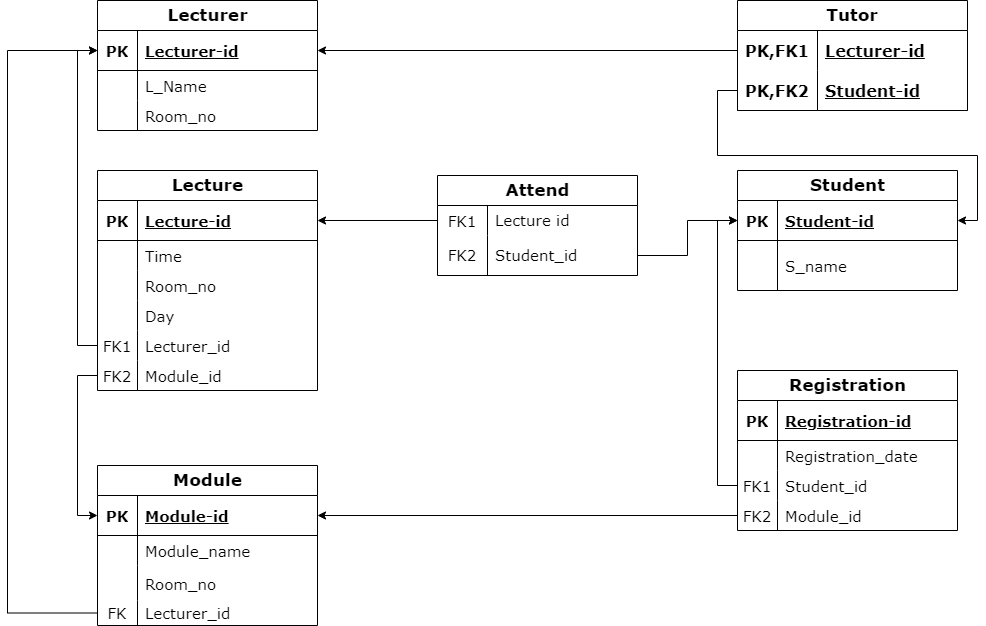
This is ER_and_schemas/Schema Diagram.drawio.png from anysa-kharel/University-Management-System, a draw.io export, as it was before one commit. Source tidied: cells renumbered, new cells last; positions are measured from the earlier drawing's top-left corner, leaving out a move shared by most shapes.
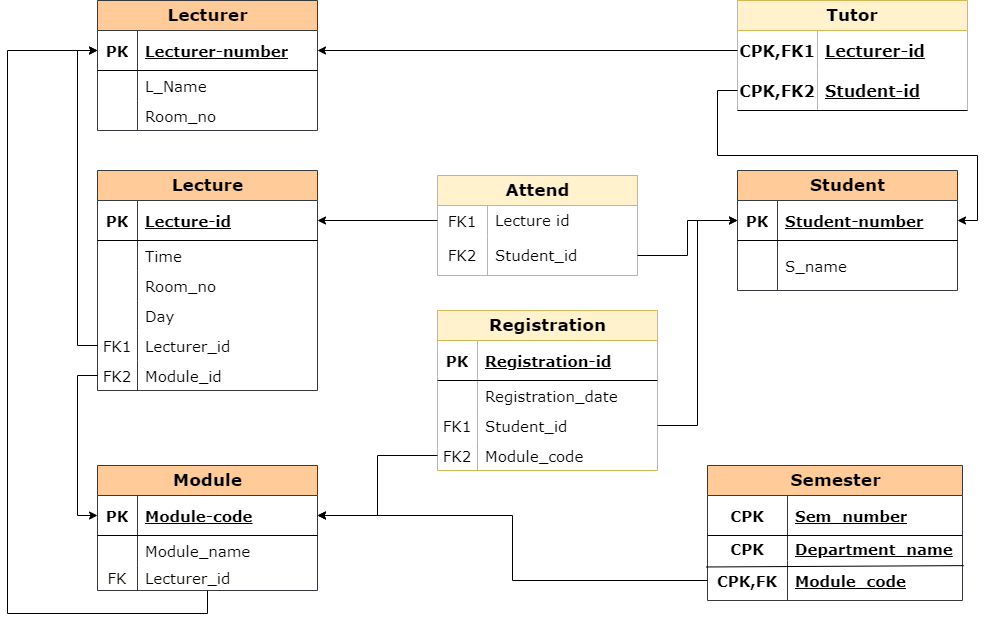
Above is the later version.

What changed in the source:
```diff
@@ -2,7 +2,7 @@
   <root>
     <mxCell id="0" />
     <mxCell id="1" parent="0" />
-    <mxCell id="2" value="&lt;span style=&quot;font-size: 17px;&quot;&gt;Lecturer&lt;/span&gt;" style="shape=table;startSize=30;rowLines=0;fontStyle=1;align=center;html=1;fontSize=15;fontFamily=Verdana;rounded=0;" parent="1" vertex="1">
+    <mxCell id="2" value="&lt;span style=&quot;font-size: 17px;&quot;&gt;Lecturer&lt;/span&gt;" style="shape=table;startSize=30;rowLines=0;fontStyle=1;align=center;html=1;fontSize=15;fontFamily=Verdana;rounded=0;fillColor=#ffcc99;strokeColor=#36393d;" parent="1" vertex="1">
       <mxGeometry x="90" width="220" height="130" as="geometry" />
     </mxCell>
     <mxCell id="3" style="shape=tableRow;horizontal=0;startSize=0;swimlaneHead=0;swimlaneBody=0;fillColor=none;points=[[0,0.5],[1,0.5]];portConstraint=eastwest;top=0;left=0;right=0;bottom=1;fontSize=15;fontFamily=Verdana;rounded=0;" parent="2" vertex="1">
@@ -11,7 +11,7 @@
     <mxCell id="4" value="PK" style="shape=partialRectangle;fillColor=none;top=0;left=0;bottom=0;right=0;fontStyle=1;overflow=hidden;whiteSpace=wrap;html=1;fontSize=15;fontFamily=Verdana;rounded=0;" parent="3" vertex="1">
       <mxGeometry width="40" height="40" as="geometry" />
     </mxCell>
-    <mxCell id="5" value="Lecturer-id" style="shape=partialRectangle;fillColor=none;top=0;left=0;bottom=0;right=0;align=left;spacingLeft=6;fontStyle=5;overflow=hidden;whiteSpace=wrap;html=1;fontSize=15;fontFamily=Verdana;rounded=0;" parent="3" vertex="1">
+    <mxCell id="5" value="Lecturer-number" style="shape=partialRectangle;fillColor=none;top=0;left=0;bottom=0;right=0;align=left;spacingLeft=6;fontStyle=5;overflow=hidden;whiteSpace=wrap;html=1;fontSize=15;fontFamily=Verdana;rounded=0;" parent="3" vertex="1">
       <mxGeometry x="40" width="180" height="40" as="geometry" />
     </mxCell>
     <mxCell id="6" style="shape=tableRow;horizontal=0;startSize=0;swimlaneHead=0;swimlaneBody=0;fillColor=none;top=0;left=0;right=0;bottom=0;fontSize=15;fontFamily=Verdana;rounded=0;" parent="2" vertex="1">
@@ -32,8 +32,8 @@
     <mxCell id="11" value="Room_no" style="shape=partialRectangle;fillColor=none;top=0;left=0;bottom=0;right=0;align=left;spacingLeft=6;overflow=hidden;whiteSpace=wrap;html=1;fontSize=15;fontFamily=Verdana;rounded=0;" parent="9" vertex="1">
       <mxGeometry x="40" width="180" height="30" as="geometry" />
     </mxCell>
-    <mxCell id="12" value="&lt;span style=&quot;font-size: 17px;&quot;&gt;Registration&lt;/span&gt;" style="shape=table;startSize=30;rowLines=0;fontStyle=1;align=center;html=1;fontSize=15;fontFamily=Verdana;rounded=0;" parent="1" vertex="1">
-      <mxGeometry x="730" y="370" width="220" height="160" as="geometry" />
+    <mxCell id="12" value="&lt;span style=&quot;font-size: 17px;&quot;&gt;Registration&lt;/span&gt;" style="shape=table;startSize=30;rowLines=0;fontStyle=1;align=center;html=1;fontSize=15;fontFamily=Verdana;rounded=0;fillColor=#fff2cc;strokeColor=#d6b656;" parent="1" vertex="1">
+      <mxGeometry x="430" y="310" width="220" height="160" as="geometry" />
     </mxCell>
     <mxCell id="13" style="shape=tableRow;horizontal=0;startSize=0;swimlaneHead=0;swimlaneBody=0;fillColor=none;top=0;left=0;right=0;bottom=1;fontSize=15;fontFamily=Verdana;rounded=0;" parent="12" vertex="1">
       <mxGeometry y="30" width="220" height="40" as="geometry" />
@@ -68,10 +68,10 @@
     <mxCell id="23" value="FK2" style="shape=partialRectangle;fillColor=none;top=0;left=0;bottom=0;right=0;fontStyle=0;overflow=hidden;whiteSpace=wrap;html=1;fontSize=15;fontFamily=Verdana;" parent="22" vertex="1">
       <mxGeometry width="40" height="30" as="geometry" />
     </mxCell>
-    <mxCell id="24" value="Module_id" style="shape=partialRectangle;fillColor=none;top=0;left=0;bottom=0;right=0;align=left;spacingLeft=6;fontStyle=0;overflow=hidden;whiteSpace=wrap;html=1;fontSize=15;fontFamily=Verdana;" parent="22" vertex="1">
+    <mxCell id="24" value="Module_code" style="shape=partialRectangle;fillColor=none;top=0;left=0;bottom=0;right=0;align=left;spacingLeft=6;fontStyle=0;overflow=hidden;whiteSpace=wrap;html=1;fontSize=15;fontFamily=Verdana;" parent="22" vertex="1">
       <mxGeometry x="40" width="180" height="30" as="geometry" />
     </mxCell>
-    <mxCell id="25" value="&lt;span style=&quot;font-size: 17px;&quot;&gt;Lecture&lt;br&gt;&lt;/span&gt;" style="shape=table;startSize=30;rowLines=0;fontStyle=1;align=center;html=1;fontSize=15;fontFamily=Verdana;rounded=0;" parent="1" vertex="1">
+    <mxCell id="25" value="&lt;span style=&quot;font-size: 17px;&quot;&gt;Lecture&lt;br&gt;&lt;/span&gt;" style="shape=table;startSize=30;rowLines=0;fontStyle=1;align=center;html=1;fontSize=15;fontFamily=Verdana;rounded=0;fillColor=#ffcc99;strokeColor=#36393d;" parent="1" vertex="1">
       <mxGeometry x="90" y="170" width="220" height="220" as="geometry" />
     </mxCell>
     <mxCell id="26" style="shape=tableRow;horizontal=0;startSize=0;swimlaneHead=0;swimlaneBody=0;fillColor=none;points=[[0,0.5],[1,0.5]];portConstraint=eastwest;top=0;left=0;right=0;bottom=1;fontSize=15;fontFamily=Verdana;rounded=0;" parent="25" vertex="1">
@@ -128,7 +128,7 @@
     <mxCell id="43" value="Module_id" style="shape=partialRectangle;fillColor=none;top=0;left=0;bottom=0;right=0;align=left;spacingLeft=6;fontStyle=0;overflow=hidden;whiteSpace=wrap;html=1;fontSize=15;fontFamily=Verdana;" parent="41" vertex="1">
       <mxGeometry x="40" width="180" height="30" as="geometry" />
     </mxCell>
-    <mxCell id="44" value="&lt;font style=&quot;font-size: 17px;&quot;&gt;Student&lt;/font&gt;" style="shape=table;startSize=30;rowLines=0;fontStyle=1;align=center;html=1;fontSize=15;fontFamily=Verdana;rounded=0;" parent="1" vertex="1">
+    <mxCell id="44" value="&lt;font style=&quot;font-size: 17px;&quot;&gt;Student&lt;/font&gt;" style="shape=table;startSize=30;rowLines=0;fontStyle=1;align=center;html=1;fontSize=15;fontFamily=Verdana;rounded=0;fillColor=#ffcc99;strokeColor=#36393d;" parent="1" vertex="1">
       <mxGeometry x="730" y="170" width="220" height="120" as="geometry" />
     </mxCell>
     <mxCell id="45" style="shape=tableRow;horizontal=0;startSize=0;swimlaneHead=0;swimlaneBody=0;fillColor=none;points=[[0,0.5],[1,0.5]];portConstraint=eastwest;top=0;left=0;right=0;bottom=1;fontSize=15;fontFamily=Verdana;rounded=0;" parent="44" vertex="1">
@@ -137,7 +137,7 @@
     <mxCell id="46" value="PK" style="shape=partialRectangle;fillColor=none;top=0;left=0;bottom=0;right=0;fontStyle=1;overflow=hidden;whiteSpace=wrap;html=1;fontSize=15;fontFamily=Verdana;rounded=0;" parent="45" vertex="1">
       <mxGeometry width="40" height="40" as="geometry" />
     </mxCell>
-    <mxCell id="47" value="Student-id" style="shape=partialRectangle;fillColor=none;top=0;left=0;bottom=0;right=0;align=left;spacingLeft=6;fontStyle=5;overflow=hidden;whiteSpace=wrap;html=1;fontSize=15;fontFamily=Verdana;rounded=0;" parent="45" vertex="1">
+    <mxCell id="47" value="Student-number" style="shape=partialRectangle;fillColor=none;top=0;left=0;bottom=0;right=0;align=left;spacingLeft=6;fontStyle=5;overflow=hidden;whiteSpace=wrap;html=1;fontSize=15;fontFamily=Verdana;rounded=0;" parent="45" vertex="1">
       <mxGeometry x="40" width="180" height="40" as="geometry" />
     </mxCell>
     <mxCell id="48" style="shape=tableRow;horizontal=0;startSize=0;swimlaneHead=0;swimlaneBody=0;fillColor=none;top=0;left=0;right=0;bottom=0;fontSize=15;fontFamily=Verdana;rounded=0;" parent="44" vertex="1">
@@ -149,13 +149,13 @@
     <mxCell id="50" value="S_name" style="shape=partialRectangle;fillColor=none;top=0;left=0;bottom=0;right=0;align=left;spacingLeft=6;overflow=hidden;whiteSpace=wrap;html=1;fontSize=15;fontFamily=Verdana;rounded=0;" parent="48" vertex="1">
       <mxGeometry x="40" width="180" height="50" as="geometry" />
     </mxCell>
-    <mxCell id="51" value="&lt;font style=&quot;font-size: 17px;&quot;&gt;Tutor&lt;/font&gt;" style="shape=table;startSize=30;rowLines=0;fontStyle=1;align=center;html=1;whiteSpace=wrap;fontFamily=Verdana;fontSize=15;" parent="1" vertex="1">
+    <mxCell id="51" value="&lt;font style=&quot;font-size: 17px;&quot;&gt;Tutor&lt;/font&gt;" style="shape=table;startSize=30;rowLines=0;fontStyle=1;align=center;html=1;whiteSpace=wrap;fontFamily=Verdana;fontSize=15;fillColor=#fff2cc;strokeColor=#d6b656;" parent="1" vertex="1">
       <mxGeometry x="730" width="230" height="110" as="geometry" />
     </mxCell>
     <mxCell id="52" style="shape=tableRow;horizontal=0;startSize=0;swimlaneHead=0;swimlaneBody=0;fillColor=none;points=[[0,0.5],[1,0.5]];portConstraint=eastwest;top=0;left=0;right=0;bottom=0;html=1;fontFamily=Verdana;fontSize=16;" parent="51" vertex="1">
       <mxGeometry y="30" width="230" height="40" as="geometry" />
     </mxCell>
-    <mxCell id="53" value="PK,FK1" style="shape=partialRectangle;fillColor=none;top=0;left=0;bottom=0;right=0;fontStyle=1;overflow=hidden;html=1;whiteSpace=wrap;fontFamily=Verdana;fontSize=16;" parent="52" vertex="1">
+    <mxCell id="53" value="CPK,FK1" style="shape=partialRectangle;fillColor=none;top=0;left=0;bottom=0;right=0;fontStyle=1;overflow=hidden;html=1;whiteSpace=wrap;fontFamily=Verdana;fontSize=16;" parent="52" vertex="1">
       <mxGeometry width="80" height="40" as="geometry" />
     </mxCell>
     <mxCell id="54" value="Lecturer-id" style="shape=partialRectangle;fillColor=none;top=0;left=0;bottom=0;right=0;align=left;spacingLeft=6;fontStyle=5;overflow=hidden;html=1;whiteSpace=wrap;fontFamily=Verdana;fontSize=16;" parent="52" vertex="1">
@@ -164,14 +164,14 @@
     <mxCell id="55" style="shape=tableRow;horizontal=1;startSize=0;swimlaneHead=0;swimlaneBody=0;fillColor=none;points=[[0,0.5],[1,0.5]];portConstraint=eastwest;top=0;left=0;right=0;bottom=1;html=1;fontFamily=Verdana;fontSize=16;" parent="51" vertex="1">
       <mxGeometry y="70" width="230" height="40" as="geometry" />
     </mxCell>
-    <mxCell id="56" value="PK,FK2" style="shape=partialRectangle;fillColor=none;top=0;left=0;bottom=0;right=0;fontStyle=1;overflow=hidden;html=1;whiteSpace=wrap;fontFamily=Verdana;fontSize=16;" parent="55" vertex="1">
+    <mxCell id="56" value="CPK,FK2" style="shape=partialRectangle;fillColor=none;top=0;left=0;bottom=0;right=0;fontStyle=1;overflow=hidden;html=1;whiteSpace=wrap;fontFamily=Verdana;fontSize=16;" parent="55" vertex="1">
       <mxGeometry width="80" height="40" as="geometry" />
     </mxCell>
     <mxCell id="57" value="Student-id" style="shape=partialRectangle;fillColor=none;top=0;left=0;bottom=0;right=0;align=left;spacingLeft=6;fontStyle=5;overflow=hidden;html=1;whiteSpace=wrap;fontFamily=Verdana;fontSize=16;horizontal=1;" parent="55" vertex="1">
       <mxGeometry x="80" width="150" height="40" as="geometry" />
     </mxCell>
-    <mxCell id="58" value="&lt;span style=&quot;font-size: 17px;&quot;&gt;Module&lt;/span&gt;" style="shape=table;startSize=30;rowLines=0;fontStyle=1;align=center;html=1;fontSize=15;fontFamily=Verdana;rounded=0;" parent="1" vertex="1">
-      <mxGeometry x="90" y="465" width="220" height="160" as="geometry" />
+    <mxCell id="58" value="&lt;span style=&quot;font-size: 17px;&quot;&gt;Module&lt;/span&gt;" style="shape=table;startSize=30;rowLines=0;fontStyle=1;align=center;html=1;fontSize=15;fontFamily=Verdana;rounded=0;fillColor=#ffcc99;strokeColor=#36393d;" parent="1" vertex="1">
+      <mxGeometry x="90" y="465" width="220" height="125" as="geometry" />
     </mxCell>
     <mxCell id="59" style="shape=tableRow;horizontal=0;startSize=0;swimlaneHead=0;swimlaneBody=0;fillColor=none;points=[[0,0.5],[1,0.5]];portConstraint=eastwest;top=0;left=0;right=0;bottom=1;fontSize=15;fontFamily=Verdana;rounded=0;" parent="58" vertex="1">
       <mxGeometry y="30" width="220" height="40" as="geometry" />
@@ -179,7 +179,7 @@
     <mxCell id="60" value="PK" style="shape=partialRectangle;fillColor=none;top=0;left=0;bottom=0;right=0;fontStyle=1;overflow=hidden;whiteSpace=wrap;html=1;fontSize=15;fontFamily=Verdana;rounded=0;" parent="59" vertex="1">
       <mxGeometry width="40" height="40" as="geometry" />
     </mxCell>
-    <mxCell id="61" value="Module-id" style="shape=partialRectangle;fillColor=none;top=0;left=0;bottom=0;right=0;align=left;spacingLeft=6;fontStyle=5;overflow=hidden;whiteSpace=wrap;html=1;fontSize=15;fontFamily=Verdana;rounded=0;" parent="59" vertex="1">
+    <mxCell id="61" value="Module-code" style="shape=partialRectangle;fillColor=none;top=0;left=0;bottom=0;right=0;align=left;spacingLeft=6;fontStyle=5;overflow=hidden;whiteSpace=wrap;html=1;fontSize=15;fontFamily=Verdana;rounded=0;" parent="59" vertex="1">
       <mxGeometry x="40" width="180" height="40" as="geometry" />
     </mxCell>
     <mxCell id="62" style="shape=tableRow;horizontal=0;startSize=0;swimlaneHead=0;swimlaneBody=0;fillColor=none;top=0;left=0;right=0;bottom=0;fontSize=15;fontFamily=Verdana;rounded=0;" parent="58" vertex="1">
@@ -191,17 +191,8 @@
     <mxCell id="64" value="Module_name" style="shape=partialRectangle;fillColor=none;top=0;left=0;bottom=0;right=0;align=left;spacingLeft=6;overflow=hidden;whiteSpace=wrap;html=1;fontSize=15;fontFamily=Verdana;rounded=0;" parent="62" vertex="1">
       <mxGeometry x="40" width="180" height="30" as="geometry" />
     </mxCell>
-    <mxCell id="65" style="shape=tableRow;horizontal=0;startSize=0;swimlaneHead=0;swimlaneBody=0;fillColor=none;top=0;left=0;right=0;bottom=0;fontSize=15;fontFamily=Verdana;rounded=0;" parent="58" vertex="1">
-      <mxGeometry y="100" width="220" height="35" as="geometry" />
-    </mxCell>
-    <mxCell id="66" style="shape=partialRectangle;fillColor=none;top=0;left=0;bottom=0;right=0;overflow=hidden;whiteSpace=wrap;html=1;fontSize=15;fontFamily=Verdana;rounded=0;" parent="65" vertex="1">
-      <mxGeometry width="40" height="35" as="geometry" />
-    </mxCell>
-    <mxCell id="67" value="Room_no" style="shape=partialRectangle;fillColor=none;top=0;left=0;bottom=0;right=0;align=left;spacingLeft=6;overflow=hidden;whiteSpace=wrap;html=1;fontSize=15;fontFamily=Verdana;rounded=0;" parent="65" vertex="1">
-      <mxGeometry x="40" width="180" height="35" as="geometry" />
-    </mxCell>
     <mxCell id="68" style="shape=tableRow;horizontal=0;startSize=0;swimlaneHead=0;swimlaneBody=0;fillColor=none;points=[[0,0.5],[1,0.5]];portConstraint=eastwest;top=0;left=0;right=0;bottom=0;fontSize=12;" parent="58" vertex="1">
-      <mxGeometry y="135" width="220" height="25" as="geometry" />
+      <mxGeometry y="100" width="220" height="25" as="geometry" />
     </mxCell>
     <mxCell id="69" value="&lt;font face=&quot;Verdana&quot; style=&quot;font-size: 15px;&quot;&gt;FK&lt;/font&gt;" style="shape=partialRectangle;fillColor=none;top=0;left=0;bottom=0;right=0;fontStyle=0;overflow=hidden;whiteSpace=wrap;html=1;" parent="68" vertex="1">
       <mxGeometry width="40" height="25" as="geometry" />
@@ -221,7 +212,7 @@
     <mxCell id="74" style="edgeStyle=orthogonalEdgeStyle;rounded=0;jettySize=auto;html=1;entryX=1;entryY=0.5;entryDx=0;entryDy=0;" parent="1" edge="1" source="22" target="59">
       <mxGeometry relative="1" as="geometry" />
     </mxCell>
-    <mxCell id="75" value="Attend" style="shape=table;startSize=30;rowLines=0;fontStyle=1;align=center;html=1;fontSize=17;fontFamily=Verdana;" parent="1" vertex="1">
+    <mxCell id="75" value="Attend" style="shape=table;startSize=30;rowLines=0;fontStyle=1;align=center;html=1;fontSize=17;fontFamily=Verdana;fillColor=#fff2cc;strokeColor=#d6b656;" parent="1" vertex="1">
       <mxGeometry x="430" y="175" width="200" height="100" as="geometry" />
     </mxCell>
     <mxCell id="76" style="shape=tableRow;horizontal=0;startSize=0;swimlaneHead=0;swimlaneBody=0;fillColor=none;points=[[0,0.5],[1,0.5]];portConstraint=eastwest;top=0;left=0;right=0;bottom=0;fontSize=17;fontFamily=Verdana;" parent="75" vertex="1">
@@ -262,5 +253,41 @@
     <mxCell id="86" style="edgeStyle=orthogonalEdgeStyle;rounded=0;jettySize=auto;html=1;entryX=0;entryY=0.5;entryDx=0;entryDy=0;" parent="1" edge="1" source="79" target="45">
       <mxGeometry relative="1" as="geometry" />
     </mxCell>
+    <mxCell id="87" value="&lt;span style=&quot;font-size: 17px;&quot;&gt;Semester&lt;/span&gt;" style="shape=table;startSize=30;rowLines=0;fontStyle=1;align=center;html=1;fontSize=15;fontFamily=Verdana;rounded=0;fillColor=#ffcc99;strokeColor=#36393d;" parent="1" vertex="1">
+      <mxGeometry x="700" y="465" width="255" height="135" as="geometry" />
+    </mxCell>
+    <mxCell id="88" style="shape=tableRow;horizontal=0;startSize=0;swimlaneHead=0;swimlaneBody=0;fillColor=none;top=0;left=0;right=0;bottom=1;fontSize=15;fontFamily=Verdana;rounded=0;" parent="87" vertex="1">
+      <mxGeometry y="30" width="255" height="40" as="geometry" />
+    </mxCell>
+    <mxCell id="89" value="CPK" style="shape=partialRectangle;fillColor=none;top=0;left=0;bottom=0;right=0;fontStyle=1;overflow=hidden;whiteSpace=wrap;html=1;fontSize=15;fontFamily=Verdana;rounded=0;" parent="88" vertex="1">
+      <mxGeometry width="80" height="40" as="geometry" />
+    </mxCell>
+    <mxCell id="90" value="Sem_number" style="shape=partialRectangle;fillColor=none;top=0;left=0;bottom=0;right=0;align=left;spacingLeft=6;fontStyle=5;overflow=hidden;whiteSpace=wrap;html=1;fontSize=15;fontFamily=Verdana;rounded=0;" parent="88" vertex="1">
+      <mxGeometry x="80" width="175" height="40" as="geometry" />
+    </mxCell>
+    <mxCell id="91" style="shape=tableRow;horizontal=0;startSize=0;swimlaneHead=0;swimlaneBody=0;fillColor=none;top=0;left=0;right=0;bottom=0;fontSize=15;fontFamily=Verdana;rounded=0;fontStyle=0;" parent="87" vertex="1">
+      <mxGeometry y="70" width="255" height="25" as="geometry" />
+    </mxCell>
+    <mxCell id="92" value="CPK" style="shape=partialRectangle;fillColor=none;top=0;left=0;bottom=0;right=0;overflow=hidden;whiteSpace=wrap;html=1;fontSize=15;fontFamily=Verdana;rounded=0;fontStyle=1;" parent="91" vertex="1">
+      <mxGeometry width="80" height="25" as="geometry" />
+    </mxCell>
+    <mxCell id="93" value="Department_name" style="shape=partialRectangle;fillColor=none;top=0;left=0;bottom=0;right=0;align=left;spacingLeft=6;overflow=hidden;whiteSpace=wrap;html=1;fontSize=15;fontFamily=Verdana;rounded=0;fontStyle=5;" parent="91" vertex="1">
+      <mxGeometry x="80" width="175" height="25" as="geometry" />
+    </mxCell>
+    <mxCell id="94" style="shape=tableRow;horizontal=0;startSize=0;swimlaneHead=0;swimlaneBody=0;fillColor=none;points=[[0,0.5],[1,0.5]];portConstraint=eastwest;top=0;left=0;right=0;bottom=0;fontSize=15;fontFamily=Verdana;rounded=0;" parent="87" vertex="1">
+      <mxGeometry y="95" width="255" height="40" as="geometry" />
+    </mxCell>
+    <mxCell id="95" value="&lt;b&gt;CPK,FK&lt;/b&gt;" style="shape=partialRectangle;fillColor=none;top=0;left=0;bottom=0;right=0;overflow=hidden;whiteSpace=wrap;html=1;fontSize=15;fontFamily=Verdana;rounded=0;" parent="94" vertex="1">
+      <mxGeometry width="80" height="40" as="geometry" />
+    </mxCell>
+    <mxCell id="96" value="Module_code" style="shape=partialRectangle;fillColor=none;top=0;left=0;bottom=0;right=0;align=left;spacingLeft=6;overflow=hidden;whiteSpace=wrap;html=1;fontSize=15;fontFamily=Verdana;rounded=0;fontStyle=5;" parent="94" vertex="1">
+      <mxGeometry x="80" width="175" height="40" as="geometry" />
+    </mxCell>
+    <mxCell id="97" style="endArrow=none;html=1;rounded=0;exitX=-0.006;exitY=0.162;exitDx=0;exitDy=0;exitPerimeter=0;entryX=1.005;entryY=0.128;entryDx=0;entryDy=0;entryPerimeter=0;" parent="87" edge="1" source="94" target="94">
+      <mxGeometry relative="1" as="geometry" />
+    </mxCell>
+    <mxCell id="98" style="edgeStyle=orthogonalEdgeStyle;rounded=0;jettySize=auto;html=1;entryX=1;entryY=0.5;entryDx=0;entryDy=0;" parent="1" edge="1" source="94" target="59">
+      <mxGeometry relative="1" as="geometry" />
+    </mxCell>
   </root>
 </mxGraphModel>
```
